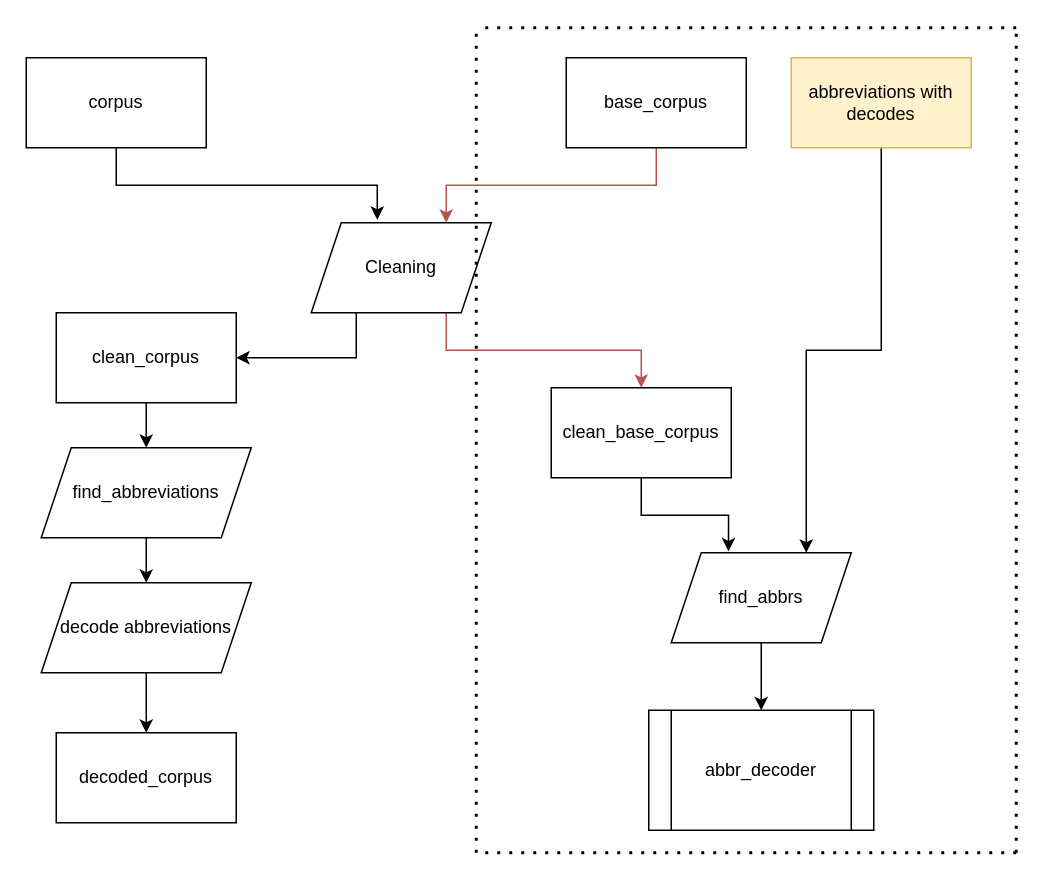
Earlier version of the draw.io diagram Untitled Diagram.drawio (EgorovM/abbreviations_decode). Source tidied: cells renumbered, new cells numbered last; positions are measured from the earlier drawing's top-left corner, leaving out a move shared by most shapes. Both pictures are drawn from the tidied source at 150%, with x=0, y=0 at pixel (26, 27).
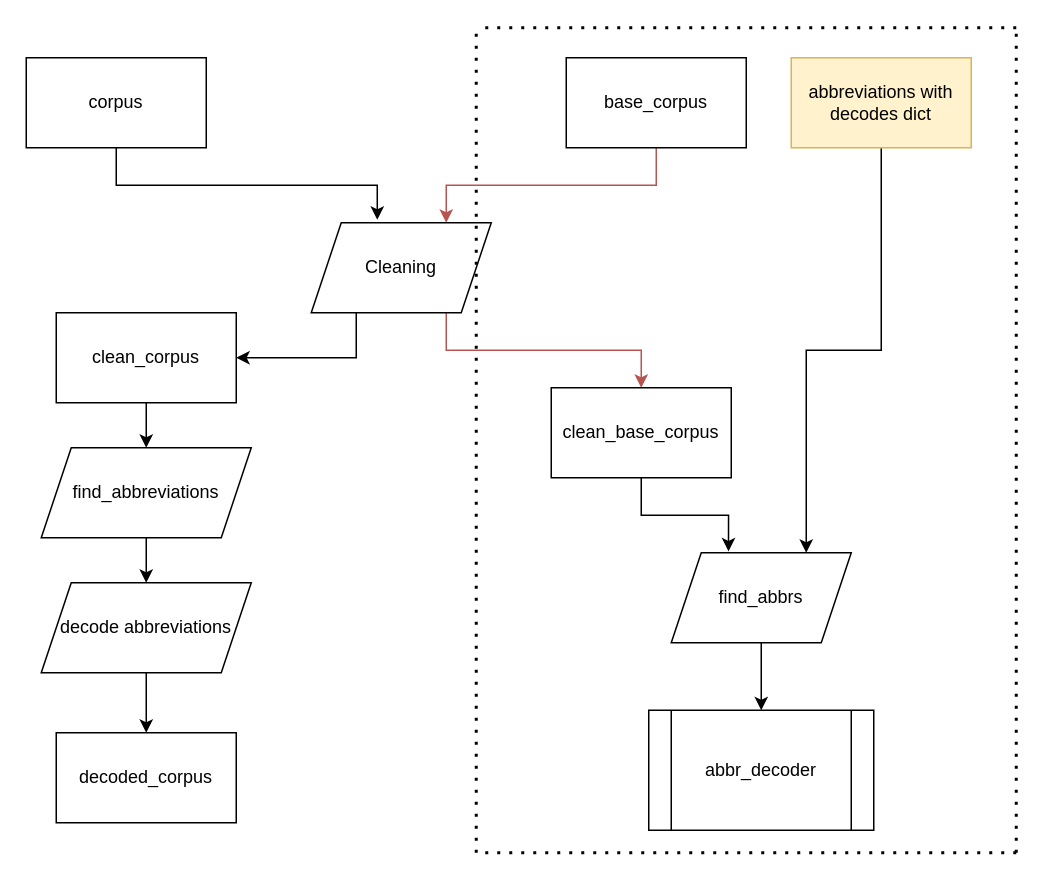
Above is the later version.

The edit, as a diff of the source:
```diff
@@
-    <mxCell id="7" value="abbreviations with decodes" style="rounded=0;whiteSpace=wrap;html=1;fillColor=#fff2cc;strokeColor=#d6b656;" parent="1" vertex="1">
+    <mxCell id="7" value="abbreviations with decodes dict" style="rounded=0;whiteSpace=wrap;html=1;fillColor=#fff2cc;strokeColor=#d6b656;" parent="1" vertex="1">
       <mxGeometry x="510" y="20" width="120" height="60" as="geometry" />
     </mxCell>
```
